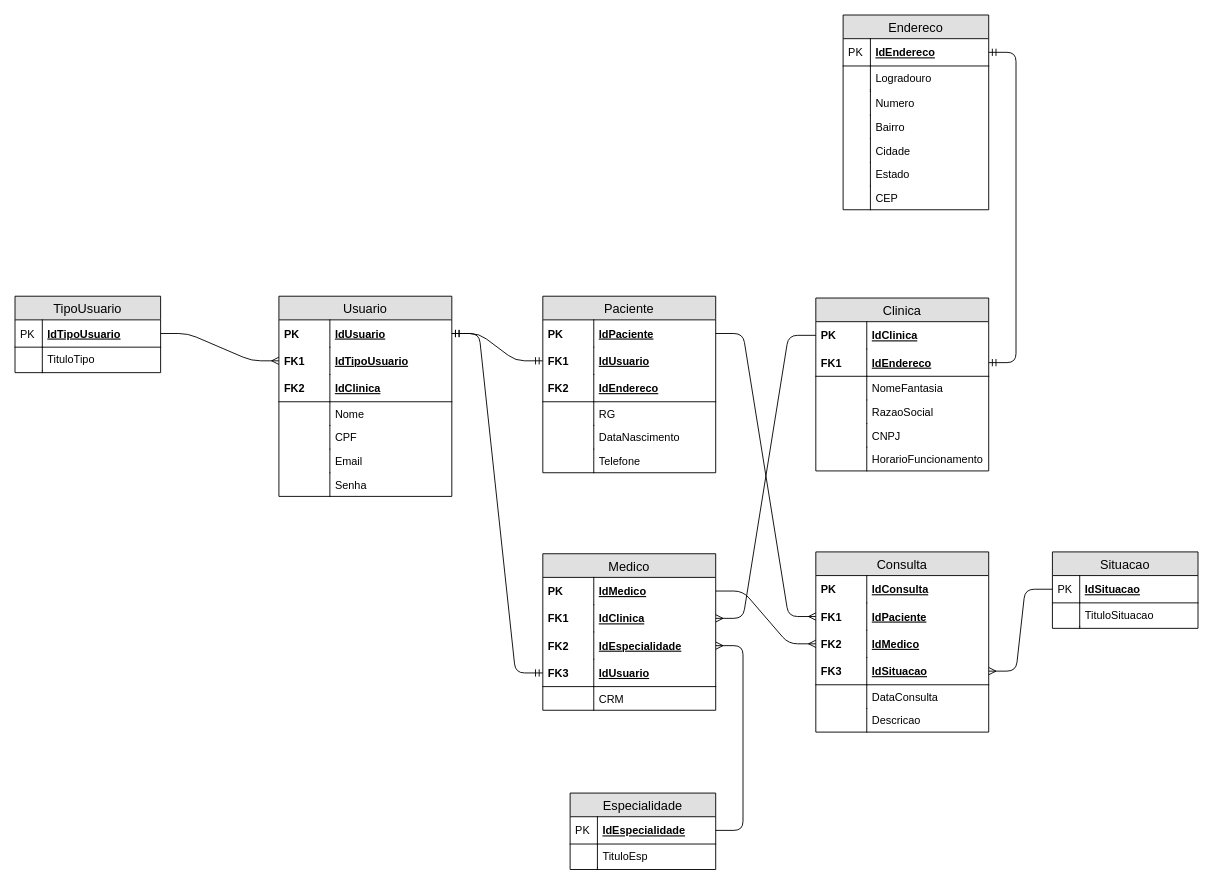
alexandre-ls94/Projeto-SPMedicalGroup keeps this draw.io diagram as page "LOGICO" (2 of 2) of Modelagem/ProjetoSPMedicalGroup.drawio. Above is the earlier version. Source tidied: cells renumbered, new cells numbered last; positions are measured from the earlier drawing's top-left corner, leaving out a move shared by most shapes. Both pictures are drawn from the tidied source at 91%, with x=0, y=0 at pixel (15, 15).
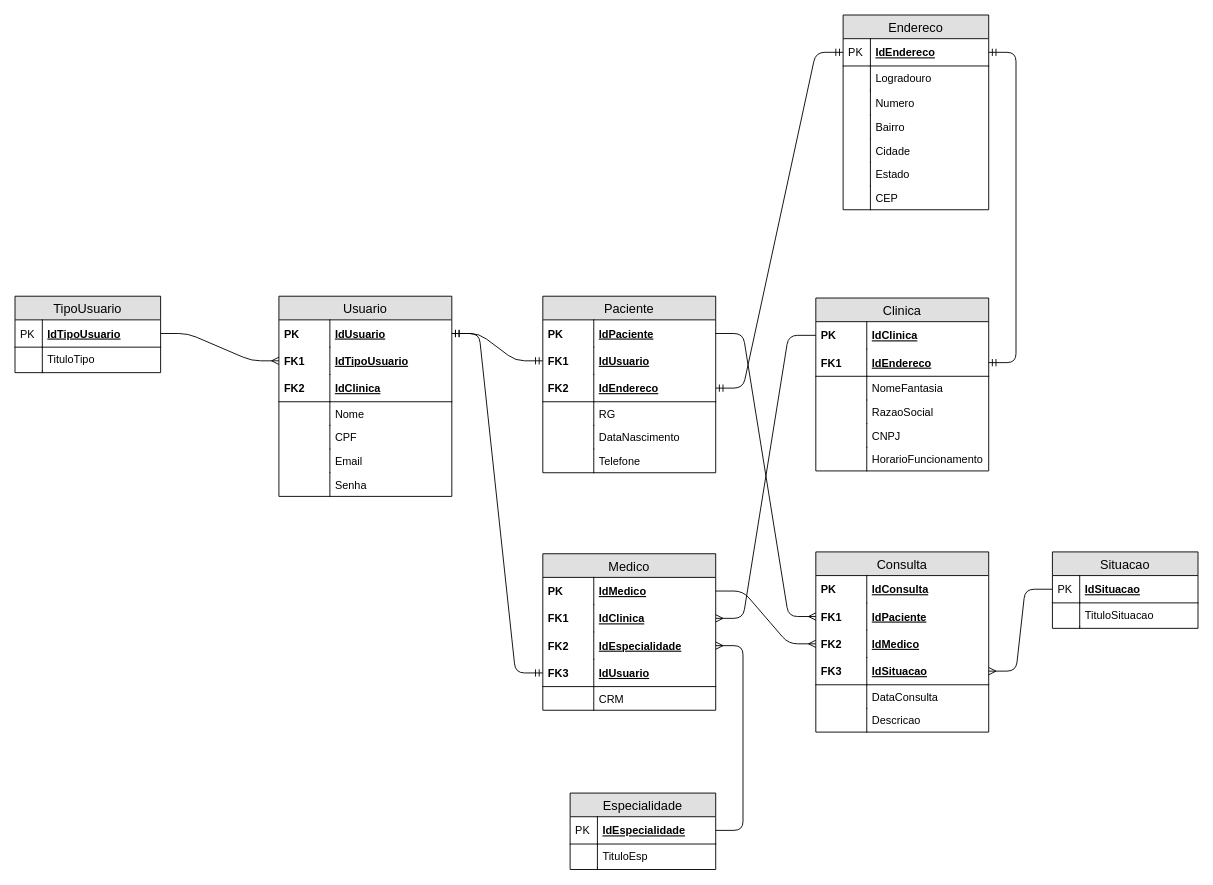
Above is the later version.

Unchanged cells that the change refers to:
```xml
<mxCell id="24" value="IdEndereco" style="shape=partialRectangle;top=0;left=0;right=0;bottom=1;align=left;verticalAlign=middle;fillColor=none;spacingLeft=34;spacingRight=4;overflow=hidden;points=[[0,0.5],[1,0.5]];portConstraint=eastwest;fontStyle=5;fontSize=12;" parent="23" vertex="1">
  <mxGeometry y="26" width="160" height="30" as="geometry" />
</mxCell>
<mxCell id="73" value="IdEndereco" style="shape=partialRectangle;top=0;left=0;right=0;bottom=1;align=left;verticalAlign=middle;fillColor=none;spacingLeft=60;spacingRight=4;overflow=hidden;points=[[0,0.5],[1,0.5]];portConstraint=eastwest;fontStyle=5;fontSize=12;" parent="68" vertex="1">
  <mxGeometry y="86" width="190" height="30" as="geometry" />
</mxCell>
```

The edit, as a diff of the source:
```diff
@@
+    <mxCell id="114" style="edgeStyle=entityRelationEdgeStyle;fontSize=12;html=1;endArrow=ERmandOne;startArrow=ERmandOne;" parent="1" edge="1" source="73" target="24">
+      <mxGeometry relative="1" as="geometry" />
+    </mxCell>
```
